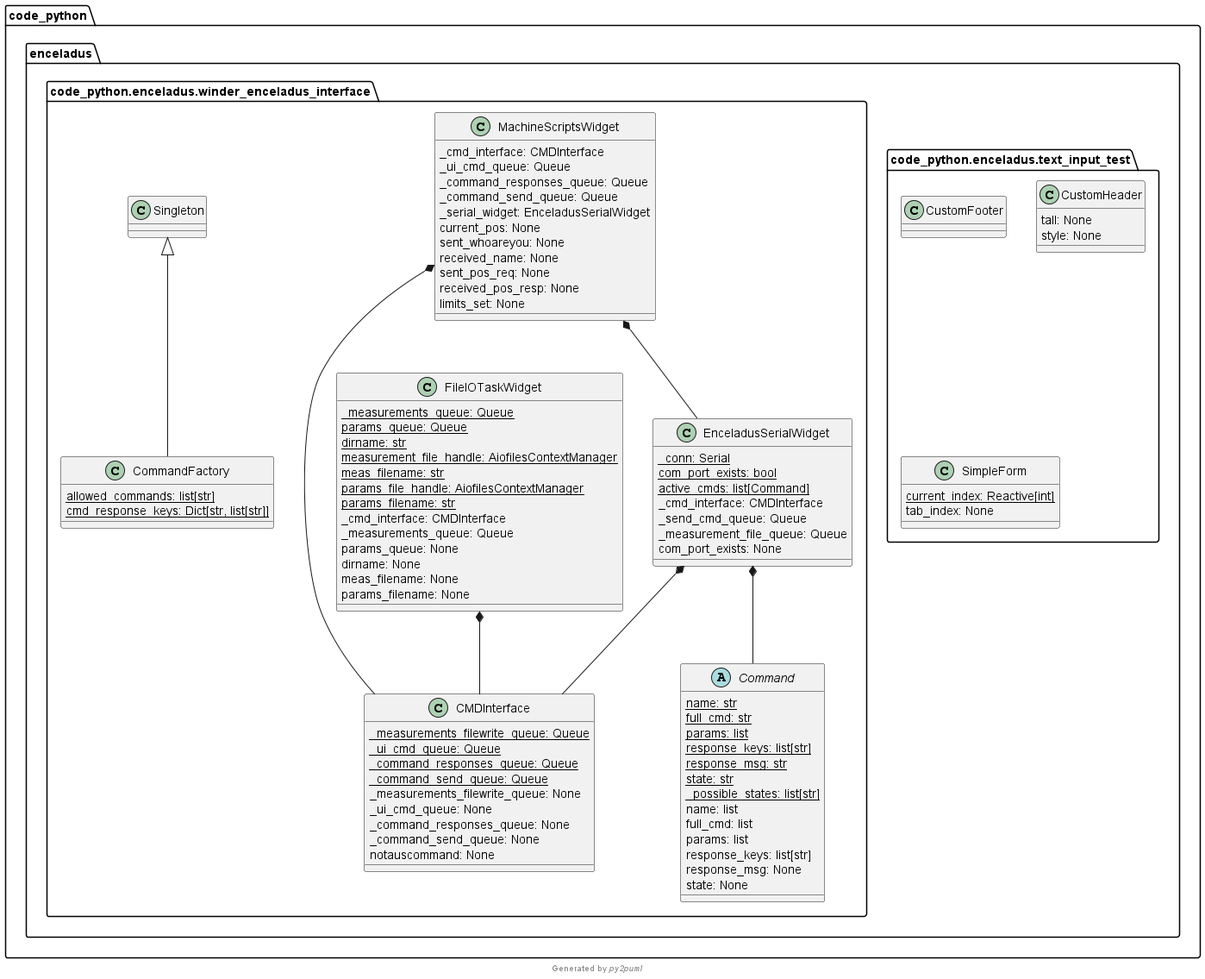
Above: Code_Schematics/code_python.png in LexSoko/CES_Projekt (PlantUML), before the change.
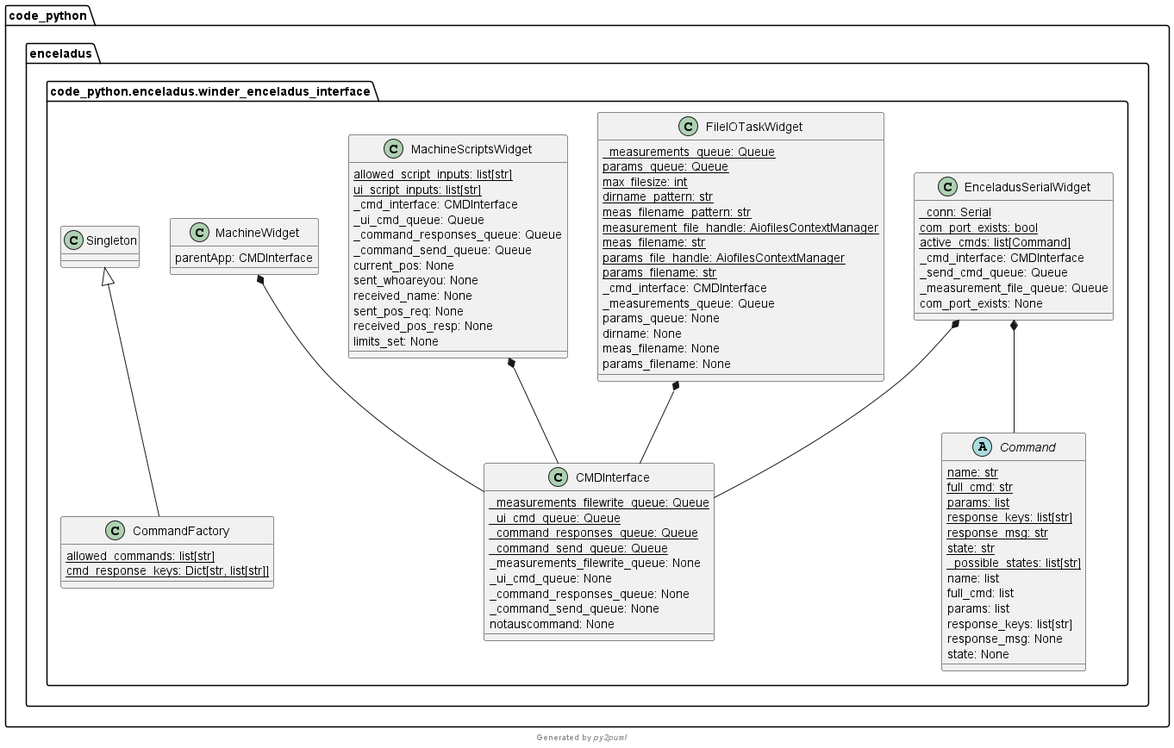
The same file after the commit.

Diff of the diagram source:
```diff
@@ -1,18 +1,5 @@
 @startuml code_python.enceladus
-namespace code_python.enceladus {
-  namespace text_input_test {}
-  namespace winder_enceladus_interface {}
-}
-class code_python.enceladus.text_input_test.CustomFooter {
-}
-class code_python.enceladus.text_input_test.CustomHeader {
-  tall: None
-  style: None
-}
-class code_python.enceladus.text_input_test.SimpleForm {
-  current_index: Reactive[int] {static}
-  tab_index: None
-}
+namespace code_python.enceladus.winder_enceladus_interface {}
 class code_python.enceladus.winder_enceladus_interface.CMDInterface {
   _measurements_filewrite_queue: Queue {static}
   _ui_cmd_queue: Queue {static}
@@ -55,7 +42,9 @@
 class code_python.enceladus.winder_enceladus_interface.FileIOTaskWidget {
   _measurements_queue: Queue {static}
   params_queue: Queue {static}
-  dirname: str {static}
+  max_filesize: int {static}
+  dirname_pattern: str {static}
+  meas_filename_pattern: str {static}
   measurement_file_handle: AiofilesContextManager {static}
   meas_filename: str {static}
   params_file_handle: AiofilesContextManager {static}
@@ -68,17 +57,21 @@
   params_filename: None
 }
 class code_python.enceladus.winder_enceladus_interface.MachineScriptsWidget {
+  allowed_script_inputs: list[str] {static}
+  ui_script_inputs: list[str] {static}
   _cmd_interface: CMDInterface
   _ui_cmd_queue: Queue
   _command_responses_queue: Queue
   _command_send_queue: Queue
-  _serial_widget: EnceladusSerialWidget
   current_pos: None
   sent_whoareyou: None
   received_name: None
   sent_pos_req: None
   received_pos_resp: None
   limits_set: None
+}
+class code_python.enceladus.winder_enceladus_interface.MachineWidget {
+  parentApp: CMDInterface
 }
 class code_python.enceladus.winder_enceladus_interface.Singleton {
 }
@@ -87,6 +80,6 @@
 code_python.enceladus.winder_enceladus_interface.EnceladusSerialWidget *-- code_python.enceladus.winder_enceladus_interface.CMDInterface
 code_python.enceladus.winder_enceladus_interface.FileIOTaskWidget *-- code_python.enceladus.winder_enceladus_interface.CMDInterface
 code_python.enceladus.winder_enceladus_interface.MachineScriptsWidget *-- code_python.enceladus.winder_enceladus_interface.CMDInterface
-code_python.enceladus.winder_enceladus_interface.MachineScriptsWidget *-- code_python.enceladus.winder_enceladus_interface.EnceladusSerialWidget
+code_python.enceladus.winder_enceladus_interface.MachineWidget *-- code_python.enceladus.winder_enceladus_interface.CMDInterface
 footer Generated by //py2puml//
 @enduml
```
